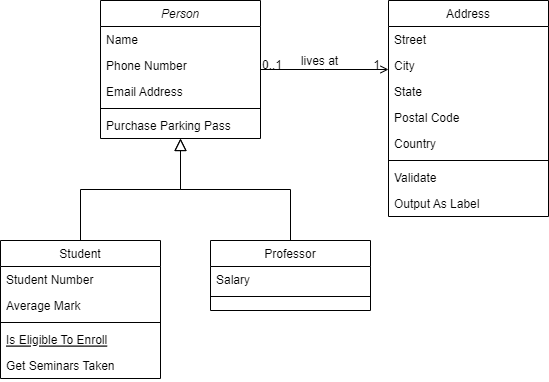
Earlier version of the draw.io export Test2.png (Ka3wo123/Shoutbox). Source tidied: cells renumbered, new cells last; positions are measured from the earlier drawing's top-left corner, leaving out a move shared by most shapes.
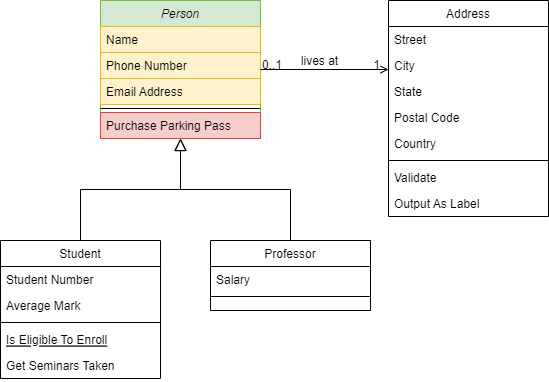
The same diagram one commit later.

Change to the diagram source:
```diff
@@ -2,22 +2,22 @@
   <root>
     <mxCell id="0" />
     <mxCell id="1" parent="0" />
-    <mxCell id="2" value="Person" style="swimlane;fontStyle=2;align=center;verticalAlign=top;horizontal=1;startSize=26;rounded=0;shadow=0;strokeWidth=1;" parent="1" vertex="1">
+    <mxCell id="2" value="Person" style="swimlane;fontStyle=2;align=center;verticalAlign=top;horizontal=1;startSize=26;rounded=0;shadow=0;strokeWidth=1;fillColor=#d5e8d4;strokeColor=#82b366;" parent="1" vertex="1">
       <mxGeometry x="100" width="160" height="138" as="geometry" />
     </mxCell>
-    <mxCell id="3" value="Name" style="text;align=left;verticalAlign=top;spacingLeft=4;spacingRight=4;overflow=hidden;" parent="2" vertex="1">
+    <mxCell id="3" value="Name" style="text;align=left;verticalAlign=top;spacingLeft=4;spacingRight=4;overflow=hidden;fillColor=#fff2cc;strokeColor=#d6b656;" parent="2" vertex="1">
       <mxGeometry y="26" width="160" height="26" as="geometry" />
     </mxCell>
-    <mxCell id="4" value="Phone Number" style="text;align=left;verticalAlign=top;spacingLeft=4;spacingRight=4;overflow=hidden;rounded=0;shadow=0;html=0;" parent="2" vertex="1">
+    <mxCell id="4" value="Phone Number" style="text;align=left;verticalAlign=top;spacingLeft=4;spacingRight=4;overflow=hidden;rounded=0;shadow=0;html=0;fillColor=#fff2cc;strokeColor=#d6b656;" parent="2" vertex="1">
       <mxGeometry y="52" width="160" height="26" as="geometry" />
     </mxCell>
-    <mxCell id="5" value="Email Address" style="text;align=left;verticalAlign=top;spacingLeft=4;spacingRight=4;overflow=hidden;rounded=0;shadow=0;html=0;" parent="2" vertex="1">
+    <mxCell id="5" value="Email Address" style="text;align=left;verticalAlign=top;spacingLeft=4;spacingRight=4;overflow=hidden;rounded=0;shadow=0;html=0;fillColor=#fff2cc;strokeColor=#d6b656;" parent="2" vertex="1">
       <mxGeometry y="78" width="160" height="26" as="geometry" />
     </mxCell>
     <mxCell id="6" style="line;html=1;strokeWidth=1;align=left;verticalAlign=middle;spacingTop=-1;spacingLeft=3;spacingRight=3;labelPosition=right;" parent="2" vertex="1">
       <mxGeometry y="104" width="160" height="8" as="geometry" />
     </mxCell>
-    <mxCell id="7" value="Purchase Parking Pass" style="text;align=left;verticalAlign=top;spacingLeft=4;spacingRight=4;overflow=hidden;" parent="2" vertex="1">
+    <mxCell id="7" value="Purchase Parking Pass" style="text;align=left;verticalAlign=top;spacingLeft=4;spacingRight=4;overflow=hidden;fillColor=#f8cecc;strokeColor=#b85450;" parent="2" vertex="1">
       <mxGeometry y="112" width="160" height="26" as="geometry" />
     </mxCell>
     <mxCell id="8" value="Student" style="swimlane;fontStyle=0;align=center;verticalAlign=top;horizontal=1;startSize=26;rounded=0;shadow=0;strokeWidth=1;" parent="1" vertex="1">
```
